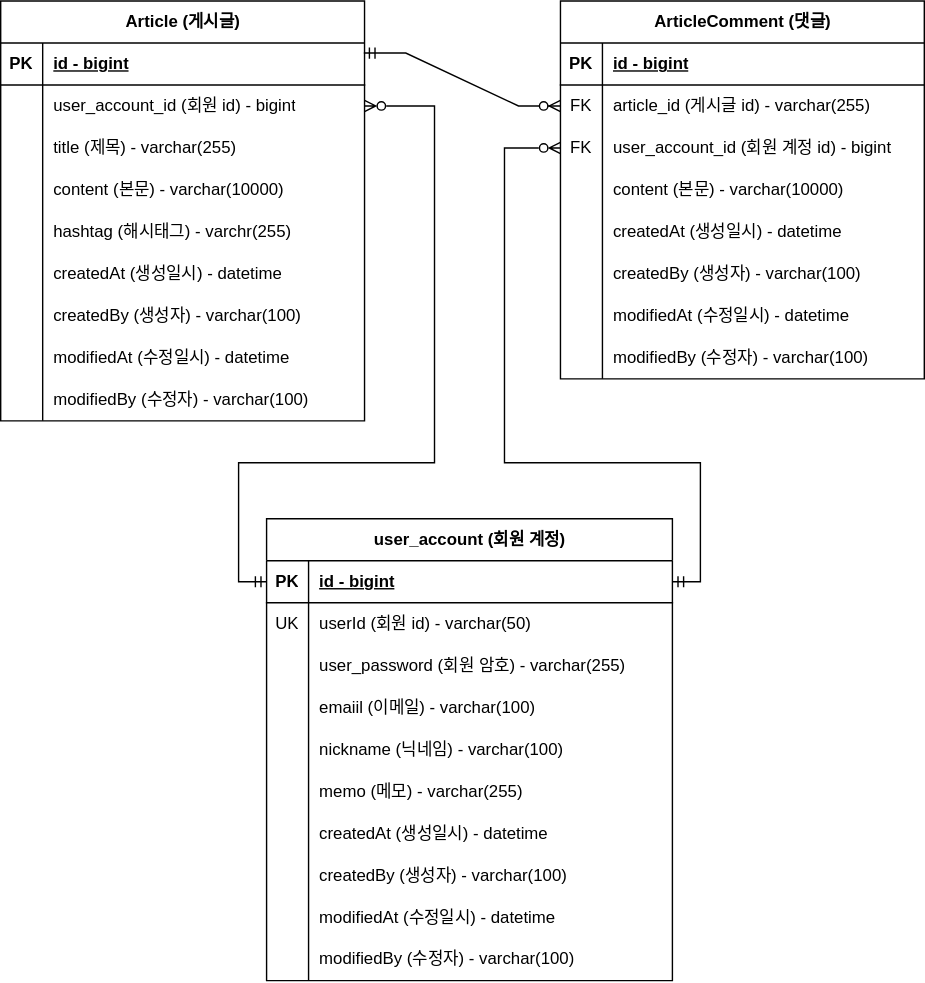
Before: src/Documents/ERD.svg, a diagram exported from draw.io (Sangddong/fastcampus-project-board). Source tidied: cells renumbered, new cells last; positions are measured from the earlier drawing's top-left corner, leaving out a move shared by most shapes.
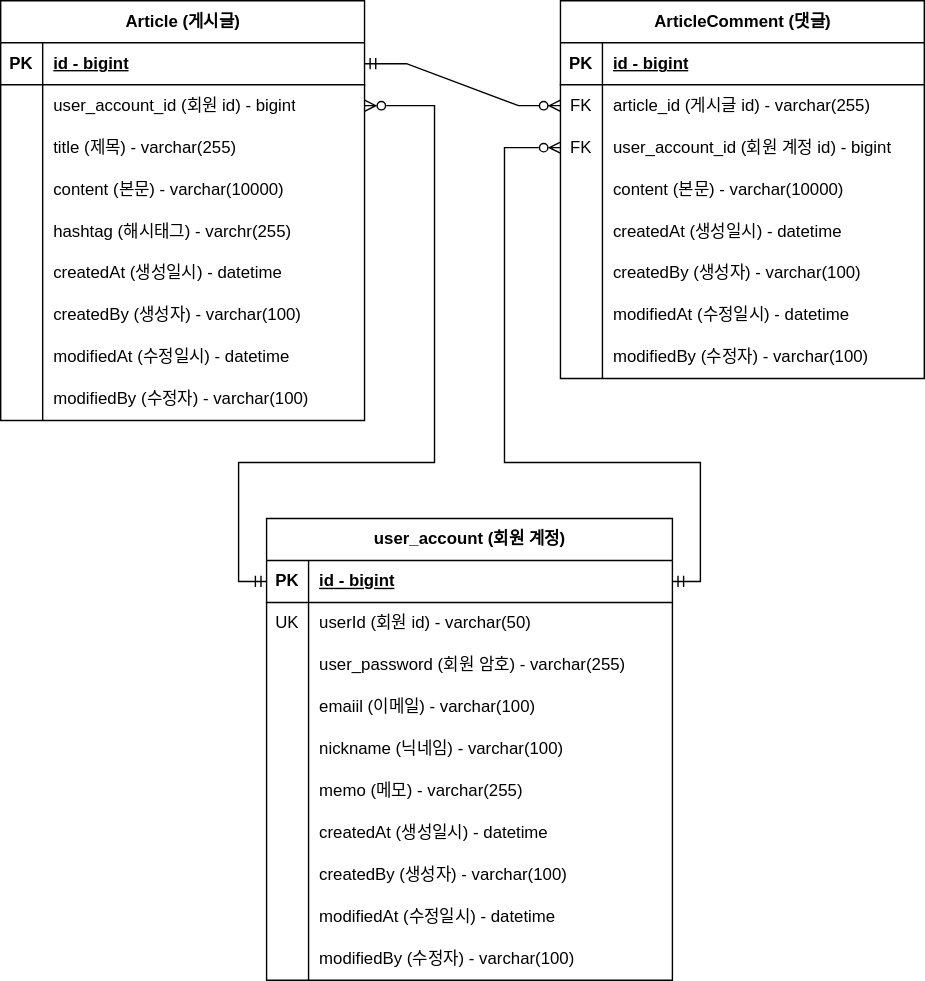
After the commit.

Change to the diagram source:
```diff
@@ -161,7 +161,7 @@
     <mxCell id="54" value="modifiedBy (수정자) - varchar(100)" style="shape=partialRectangle;fillColor=none;top=0;left=0;bottom=0;right=0;align=left;spacingLeft=6;overflow=hidden;whiteSpace=wrap;html=1;" parent="52" vertex="1">
       <mxGeometry x="30" width="230" height="30" as="geometry" />
     </mxCell>
-    <mxCell id="55" style="edgeStyle=entityRelationEdgeStyle;fontSize=12;html=1;endArrow=ERzeroToMany;startArrow=ERmandOne;rounded=0;entryX=0;entryY=0.5;entryDx=0;entryDy=0;exitX=0.998;exitY=0.24;exitDx=0;exitDy=0;exitPerimeter=0;" parent="1" edge="1" source="3" target="34">
+    <mxCell id="55" style="edgeStyle=entityRelationEdgeStyle;fontSize=12;html=1;endArrow=ERzeroToMany;startArrow=ERmandOne;rounded=0;entryX=0;entryY=0.5;entryDx=0;entryDy=0;exitX=1;exitY=0.5;exitDx=0;exitDy=0;" parent="1" edge="1" source="3" target="34">
       <mxGeometry relative="1" as="geometry" />
     </mxCell>
     <mxCell id="56" value="user_account (회원 계정)" style="shape=table;startSize=30;rowLines=0;fontStyle=1;align=center;html=1;" parent="1" vertex="1">
```
